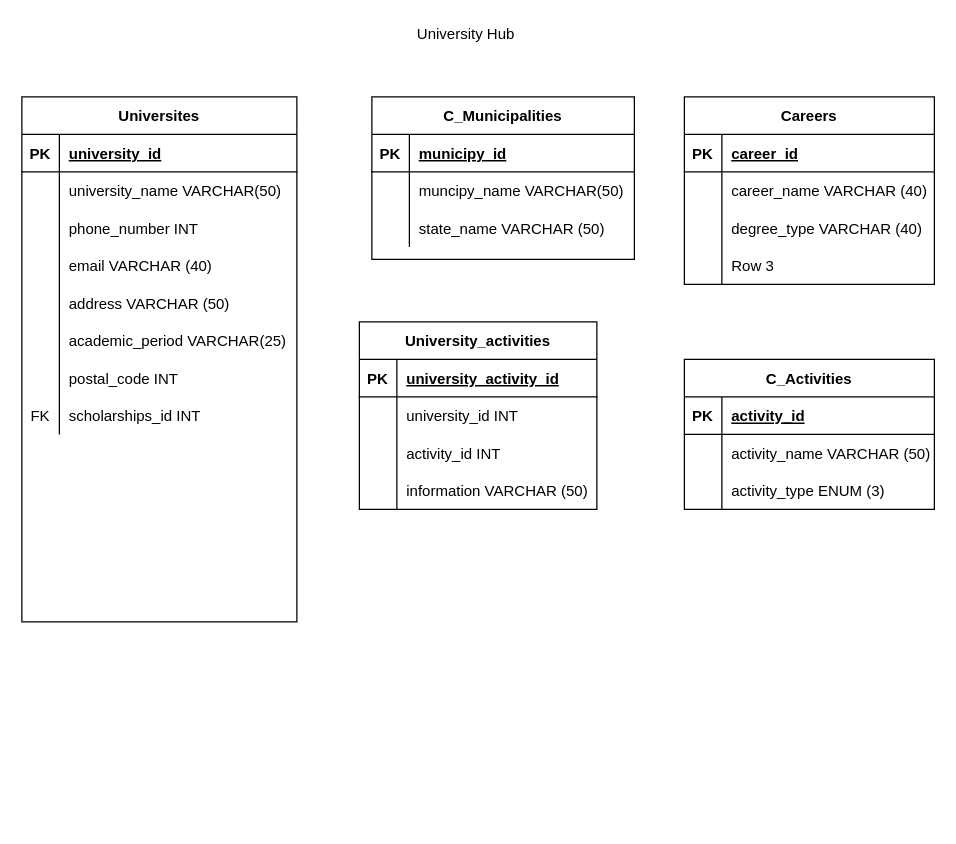
Above: Untitled Diagram.drawio in University-Hub/Entity-Relationship-Model (draw.io), before the change. Source tidied: cells renumbered, new cells numbered last; positions are measured from the earlier drawing's top-left corner, leaving out a move shared by most shapes. Both pictures are drawn from the tidied source at 125%, with x=0, y=0 at pixel (21, 21).
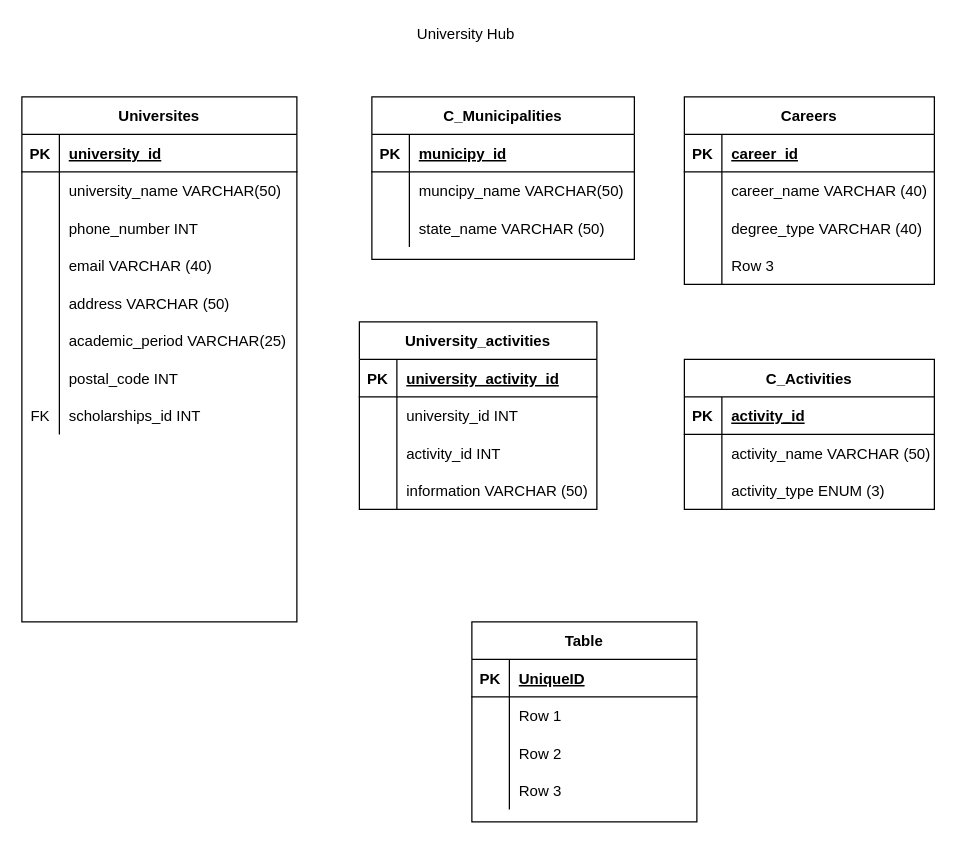
The same diagram, later.

Change to the diagram source:
```diff
@@
+    <mxCell id="74" value="Table" style="shape=table;startSize=30;childLayout=tableLayout;rowLines=0;fontStyle=1;align=center;" parent="1" vertex="1">
+      <mxGeometry x="360" y="480" width="180" height="160" as="geometry" />
+    </mxCell>
+    <mxCell id="75" style="shape=partialRectangle;fillColor=none;top=0;left=0;bottom=1;right=0;" parent="74" vertex="1">
+      <mxGeometry y="30" width="180" height="30" as="geometry" />
+    </mxCell>
+    <mxCell id="76" value="PK" style="shape=partialRectangle;fillColor=none;top=0;left=0;bottom=0;right=0;fontStyle=1;overflow=hidden;" parent="75" vertex="1">
+      <mxGeometry width="30" height="30" as="geometry" />
+    </mxCell>
+    <mxCell id="77" value="UniqueID" style="shape=partialRectangle;fillColor=none;top=0;left=0;bottom=0;right=0;align=left;spacingLeft=6;fontStyle=5;overflow=hidden;" parent="75" vertex="1">
+      <mxGeometry x="30" width="150" height="30" as="geometry" />
+    </mxCell>
+    <mxCell id="78" style="shape=partialRectangle;fillColor=none;top=0;left=0;bottom=0;right=0;" parent="74" vertex="1">
+      <mxGeometry y="60" width="180" height="30" as="geometry" />
+    </mxCell>
+    <mxCell id="79" style="shape=partialRectangle;fillColor=none;top=0;left=0;bottom=0;right=0;overflow=hidden;" parent="78" vertex="1">
+      <mxGeometry width="30" height="30" as="geometry" />
+    </mxCell>
+    <mxCell id="80" value="Row 1" style="shape=partialRectangle;fillColor=none;top=0;left=0;bottom=0;right=0;align=left;spacingLeft=6;overflow=hidden;" parent="78" vertex="1">
+      <mxGeometry x="30" width="150" height="30" as="geometry" />
+    </mxCell>
+    <mxCell id="81" style="shape=partialRectangle;fillColor=none;top=0;left=0;bottom=0;right=0;" parent="74" vertex="1">
+      <mxGeometry y="90" width="180" height="30" as="geometry" />
+    </mxCell>
+    <mxCell id="82" style="shape=partialRectangle;fillColor=none;top=0;left=0;bottom=0;right=0;overflow=hidden;" parent="81" vertex="1">
+      <mxGeometry width="30" height="30" as="geometry" />
+    </mxCell>
+    <mxCell id="83" value="Row 2" style="shape=partialRectangle;fillColor=none;top=0;left=0;bottom=0;right=0;align=left;spacingLeft=6;overflow=hidden;" parent="81" vertex="1">
+      <mxGeometry x="30" width="150" height="30" as="geometry" />
+    </mxCell>
+    <mxCell id="84" style="shape=partialRectangle;fillColor=none;top=0;left=0;bottom=0;right=0;" parent="74" vertex="1">
+      <mxGeometry y="120" width="180" height="30" as="geometry" />
+    </mxCell>
+    <mxCell id="85" style="shape=partialRectangle;fillColor=none;top=0;left=0;bottom=0;right=0;overflow=hidden;" parent="84" vertex="1">
+      <mxGeometry width="30" height="30" as="geometry" />
+    </mxCell>
+    <mxCell id="86" value="Row 3" style="shape=partialRectangle;fillColor=none;top=0;left=0;bottom=0;right=0;align=left;spacingLeft=6;overflow=hidden;" parent="84" vertex="1">
+      <mxGeometry x="30" width="150" height="30" as="geometry" />
+    </mxCell>
```
